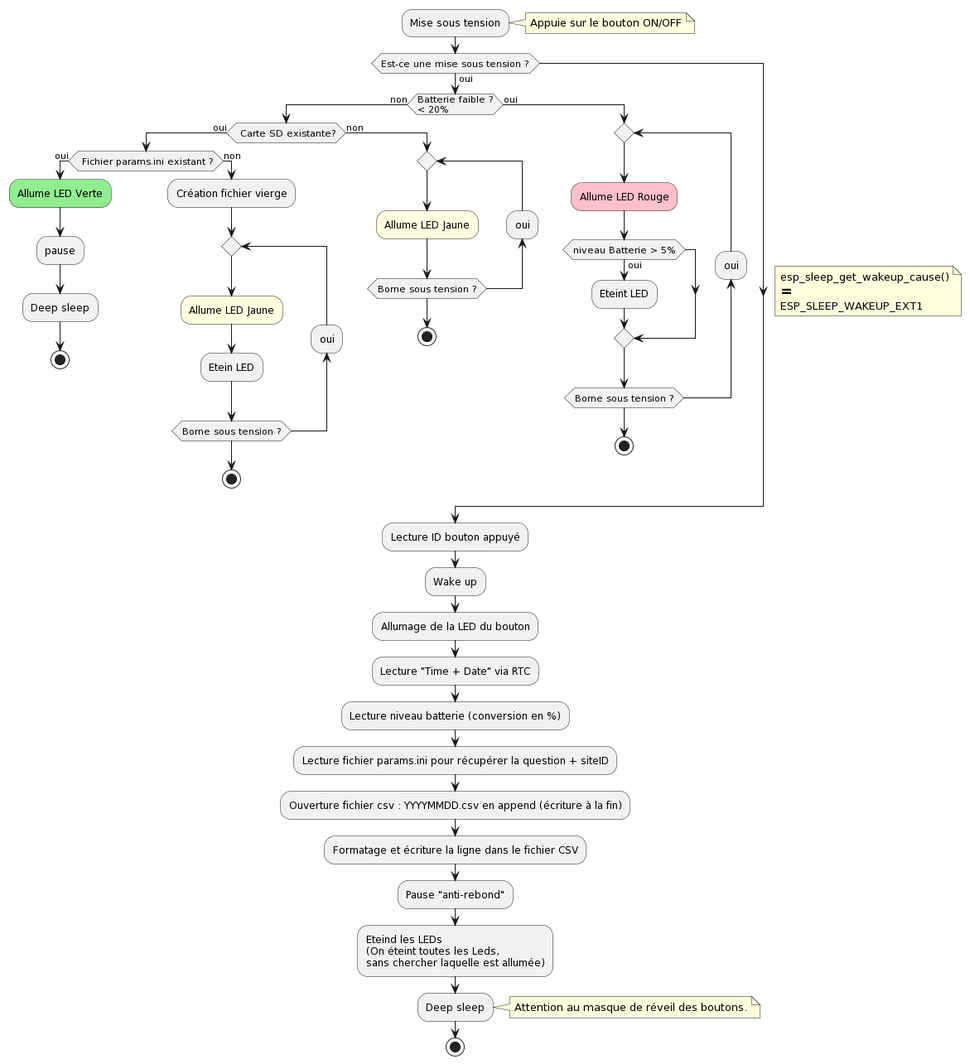
This is Programmation/Microcontroleur/illustrations/Diagrams.png from AlexP20000/borne-satisfaction, a PlantUML export, as it was before one commit.
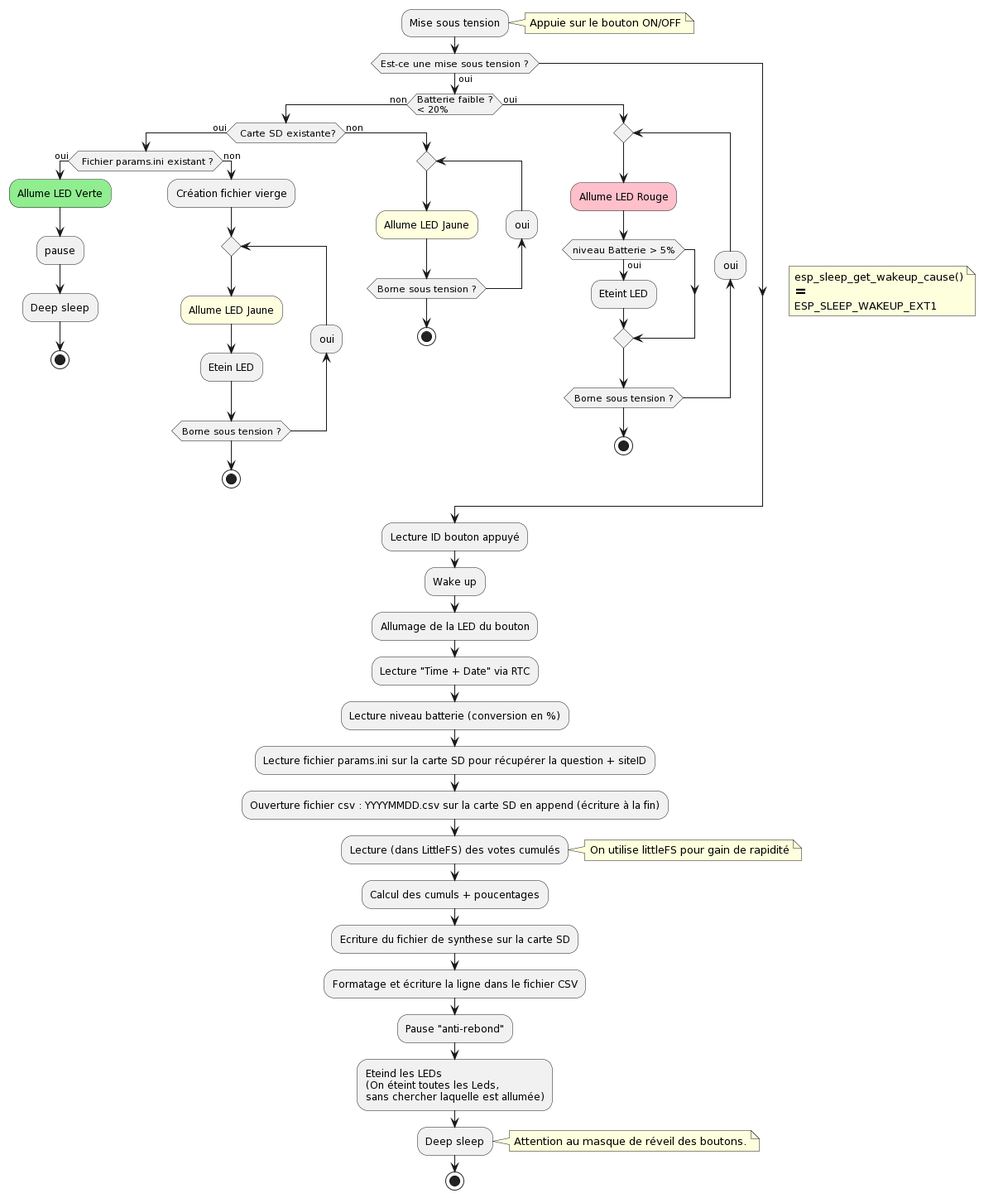
Above is the later version.

Commit message:
Installation de LittleFS

The edit, as a diff of the source:
```diff
@@ -51,8 +51,14 @@
   :Allumage de la LED du bouton;
   :Lecture "Time + Date" via RTC;
   :Lecture niveau batterie (conversion en %);
-  :Lecture fichier params.ini pour récupérer la question + siteID;
-  :Ouverture fichier csv : YYYYMMDD.csv en append (écriture à la fin);
+  :Lecture fichier params.ini sur la carte SD pour récupérer la question + siteID;
+  :Ouverture fichier csv : YYYYMMDD.csv sur la carte SD en append (écriture à la fin);
+  :Lecture (dans LittleFS) des votes cumulés;
+    note right
+      On utilise littleFS pour gain de rapidité
+    end note
+  :Calcul des cumuls + poucentages;
+  :Ecriture du fichier de synthese sur la carte SD;
   :Formatage et écriture la ligne dans le fichier CSV;
   :Pause "anti-rebond";
 
```
